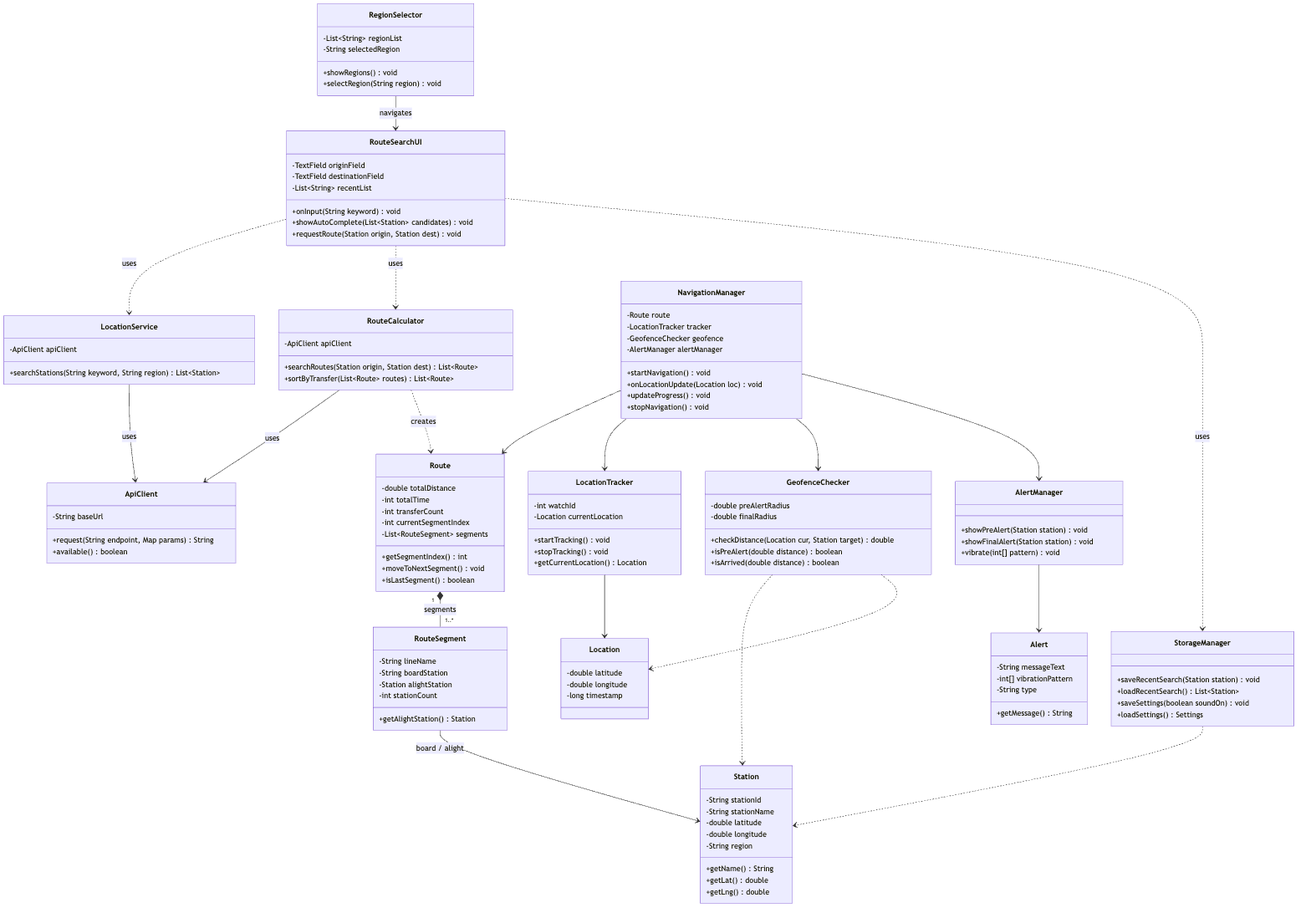
The Mermaid diagram images/class-diagram.png in moonchanju/adigasu, before a commit. Its source is kept beside it as diagrams/class-diagram.mmd. The source it was exported from:
```mermaid
classDiagram
  class RegionSelector {
    -List~String~ regionList
    -String selectedRegion
    +showRegions() void
    +selectRegion(String region) void
  }
  class RouteSearchUI {
    -TextField originField
    -TextField destinationField
    -List~String~ recentList
    +onInput(String keyword) void
    +showAutoComplete(List~Station~ candidates) void
    +requestRoute(Station origin, Station dest) void
  }
  class LocationService {
    -ApiClient apiClient
    +searchStations(String keyword, String region) List~Station~
  }
  class RouteCalculator {
    -ApiClient apiClient
    +searchRoutes(Station origin, Station dest) List~Route~
    +sortByTransfer(List~Route~ routes) List~Route~
  }
  class Route {
    -double totalDistance
    -int totalTime
    -int transferCount
    -int currentSegmentIndex
    -List~RouteSegment~ segments
    +getSegmentIndex() int
    +moveToNextSegment() void
    +isLastSegment() boolean
  }
  class RouteSegment {
    -String lineName
    -String boardStation
    -Station alightStation
    -int stationCount
    +getAlightStation() Station
  }
  class Station {
    -String stationId
    -String stationName
    -double latitude
    -double longitude
    -String region
    +getName() String
    +getLat() double
    +getLng() double
  }
  class NavigationManager {
    -Route route
    -LocationTracker tracker
    -GeofenceChecker geofence
    -AlertManager alertManager
    +startNavigation() void
    +onLocationUpdate(Location loc) void
    +updateProgress() void
    +stopNavigation() void
  }
  class LocationTracker {
    -int watchId
    -Location currentLocation
    +startTracking() void
    +stopTracking() void
    +getCurrentLocation() Location
  }
  class Location {
    -double latitude
    -double longitude
    -long timestamp
  }
  class GeofenceChecker {
    -double preAlertRadius
    -double finalRadius
    +checkDistance(Location cur, Station target) double
    +isPreAlert(double distance) boolean
    +isArrived(double distance) boolean
  }
  class AlertManager {
    +showPreAlert(Station station) void
    +showFinalAlert(Station station) void
    +vibrate(int[] pattern) void
  }
  class Alert {
    -String messageText
    -int[] vibrationPattern
    -String type
    +getMessage() String
  }
  class ApiClient {
    -String baseUrl
    +request(String endpoint, Map params) String
    +available() boolean
  }
  class StorageManager {
    +saveRecentSearch(Station station) void
    +loadRecentSearch() List~Station~
    +saveSettings(boolean soundOn) void
    +loadSettings() Settings
  }

  RegionSelector --> RouteSearchUI : navigates
  RouteSearchUI ..> LocationService : uses
  RouteSearchUI ..> RouteCalculator : uses
  RouteSearchUI ..> StorageManager : uses
  LocationService --> ApiClient : uses
  RouteCalculator --> ApiClient : uses
  RouteCalculator ..> Route : creates
  Route "1" *-- "1..*" RouteSegment : segments
  RouteSegment --> Station : board / alight
  NavigationManager --> Route
  NavigationManager --> LocationTracker
  NavigationManager --> GeofenceChecker
  NavigationManager --> AlertManager
  LocationTracker --> Location
  GeofenceChecker ..> Station
  GeofenceChecker ..> Location
  AlertManager --> Alert
  StorageManager ..> Station
```
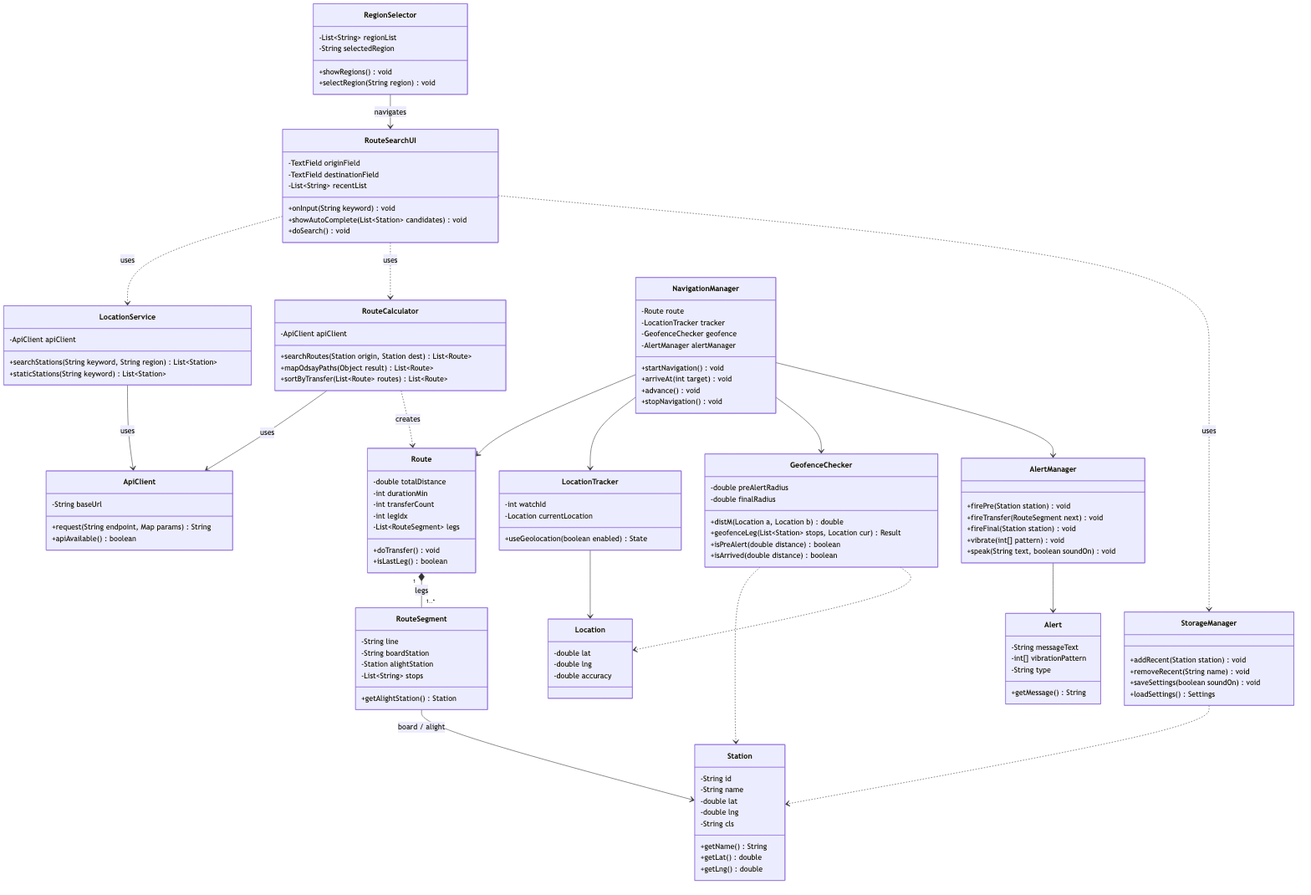
Later version of the same file.

What changed in the source:
```diff
@@ -11,40 +11,41 @@
     -List~String~ recentList
     +onInput(String keyword) void
     +showAutoComplete(List~Station~ candidates) void
-    +requestRoute(Station origin, Station dest) void
+    +doSearch() void
   }
   class LocationService {
     -ApiClient apiClient
     +searchStations(String keyword, String region) List~Station~
+    +staticStations(String keyword) List~Station~
   }
   class RouteCalculator {
     -ApiClient apiClient
     +searchRoutes(Station origin, Station dest) List~Route~
+    +mapOdsayPaths(Object result) List~Route~
     +sortByTransfer(List~Route~ routes) List~Route~
   }
   class Route {
     -double totalDistance
-    -int totalTime
+    -int durationMin
     -int transferCount
-    -int currentSegmentIndex
-    -List~RouteSegment~ segments
-    +getSegmentIndex() int
-    +moveToNextSegment() void
-    +isLastSegment() boolean
+    -int legIdx
+    -List~RouteSegment~ legs
+    +doTransfer() void
+    +isLastLeg() boolean
   }
   class RouteSegment {
-    -String lineName
+    -String line
     -String boardStation
     -Station alightStation
-    -int stationCount
+    -List~String~ stops
     +getAlightStation() Station
   }
   class Station {
-    -String stationId
-    -String stationName
-    -double latitude
-    -double longitude
-    -String region
+    -String id
+    -String name
+    -double lat
+    -double lng
+    -String cls
     +getName() String
     +getLat() double
     +getLng() double
@@ -55,33 +56,34 @@
     -GeofenceChecker geofence
     -AlertManager alertManager
     +startNavigation() void
-    +onLocationUpdate(Location loc) void
-    +updateProgress() void
+    +arriveAt(int target) void
+    +advance() void
     +stopNavigation() void
   }
   class LocationTracker {
     -int watchId
     -Location currentLocation
-    +startTracking() void
-    +stopTracking() void
-    +getCurrentLocation() Location
+    +useGeolocation(boolean enabled) State
   }
   class Location {
-    -double latitude
-    -double longitude
-    -long timestamp
+    -double lat
+    -double lng
+    -double accuracy
   }
   class GeofenceChecker {
     -double preAlertRadius
     -double finalRadius
-    +checkDistance(Location cur, Station target) double
+    +distM(Location a, Location b) double
+    +geofenceLeg(List~Station~ stops, Location cur) Result
     +isPreAlert(double distance) boolean
     +isArrived(double distance) boolean
   }
   class AlertManager {
-    +showPreAlert(Station station) void
-    +showFinalAlert(Station station) void
+    +firePre(Station station) void
+    +fireTransfer(RouteSegment next) void
+    +fireFinal(Station station) void
     +vibrate(int[] pattern) void
+    +speak(String text, boolean soundOn) void
   }
   class Alert {
     -String messageText
@@ -92,11 +94,11 @@
   class ApiClient {
     -String baseUrl
     +request(String endpoint, Map params) String
-    +available() boolean
+    +apiAvailable() boolean
   }
   class StorageManager {
-    +saveRecentSearch(Station station) void
-    +loadRecentSearch() List~Station~
+    +addRecent(Station station) void
+    +removeRecent(String name) void
     +saveSettings(boolean soundOn) void
     +loadSettings() Settings
   }
@@ -108,7 +110,7 @@
   LocationService --> ApiClient : uses
   RouteCalculator --> ApiClient : uses
   RouteCalculator ..> Route : creates
-  Route "1" *-- "1..*" RouteSegment : segments
+  Route "1" *-- "1..*" RouteSegment : legs
   RouteSegment --> Station : board / alight
   NavigationManager --> Route
   NavigationManager --> LocationTracker
```
